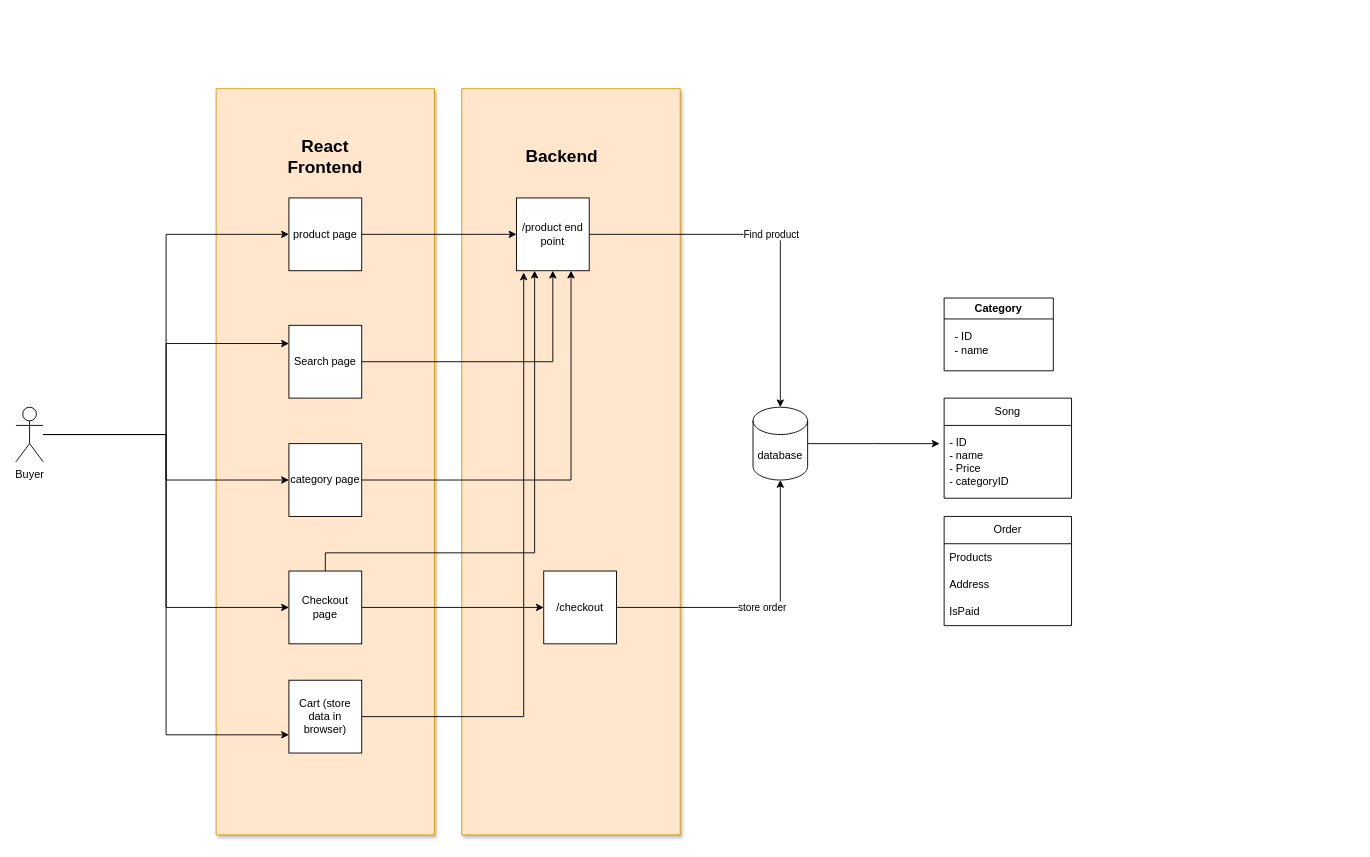
This is levykauppa.drawio from NobuTC/levykauppa, a draw.io file, before an edit. Source tidied: cells renumbered, new cells numbered last; positions are measured from the earlier drawing's top-left corner, leaving out a move shared by most shapes. Both pictures are drawn from the tidied source at 91%, with x=0, y=0 at pixel (15, 88).
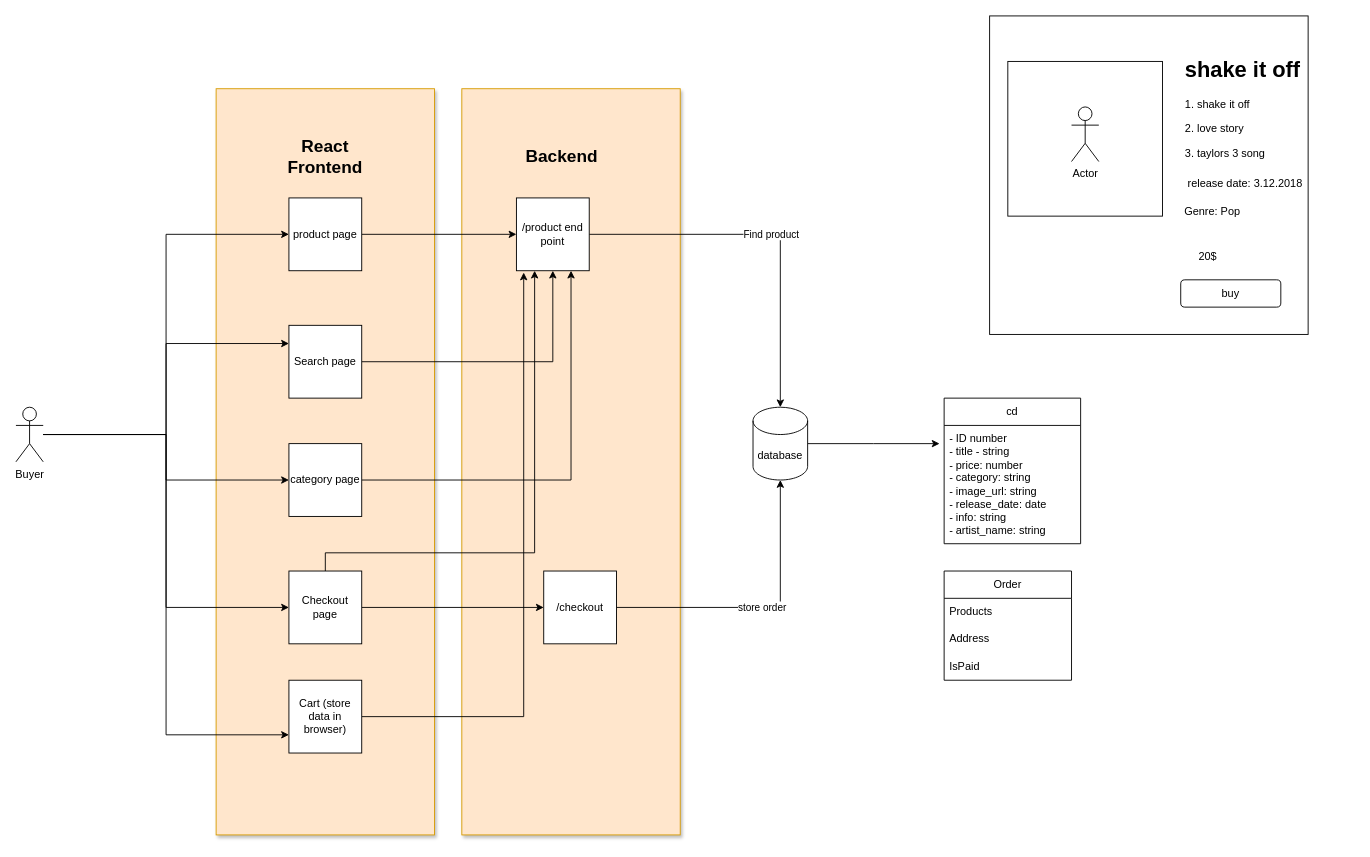
Above is the later version.

Commit message:
add album info

Diff of the diagram source:
```diff
@@
+    <mxCell id="37" style="whiteSpace=wrap;html=1;" parent="1" vertex="1">
+      <mxGeometry x="1070" y="-80" width="350" height="350" as="geometry" />
+    </mxCell>
@@
-    <mxCell id="20" value="Song" style="swimlane;fontStyle=0;horizontal=1;startSize=30;whiteSpace=wrap;html=1;" parent="1" vertex="1">
-      <mxGeometry x="1020" y="340" width="140" height="110" as="geometry" />
+    <mxCell id="20" value="cd" style="swimlane;fontStyle=0;horizontal=1;startSize=30;whiteSpace=wrap;html=1;" parent="1" vertex="1">
+      <mxGeometry x="1020" y="340" width="150" height="160" as="geometry" />
     </mxCell>
-    <mxCell id="21" value="- ID&lt;br&gt;- name&lt;br&gt;- Price&lt;br&gt;- categoryID" style="text;strokeColor=none;fillColor=none;align=left;verticalAlign=middle;spacingLeft=4;spacingRight=4;overflow=hidden;whiteSpace=wrap;html=1;" parent="20" vertex="1">
-      <mxGeometry y="30" width="140" height="80" as="geometry" />
+    <mxCell id="21" value="- ID number&lt;br&gt;- title - string&lt;br&gt;- price: number&lt;br&gt;- category: string&lt;br&gt;- image_url: string&lt;br&gt;- release_date: date&lt;br&gt;- info: string&lt;br&gt;- artist_name: string" style="text;strokeColor=none;fillColor=none;align=left;verticalAlign=middle;spacingLeft=4;spacingRight=4;overflow=hidden;whiteSpace=wrap;html=1;" parent="20" vertex="1">
+      <mxGeometry y="30" width="150" height="130" as="geometry" />
     </mxCell>
-    <mxCell id="22" value="Category" style="swimlane;whiteSpace=wrap;html=1;" parent="1" vertex="1">
-      <mxGeometry x="1020" y="230" width="120" height="80" as="geometry" />
-    </mxCell>
-    <mxCell id="23" value="&lt;div style=&quot;text-align: left;&quot;&gt;&lt;span style=&quot;background-color: initial;&quot;&gt;- ID&lt;/span&gt;&lt;/div&gt;&lt;div style=&quot;text-align: left;&quot;&gt;&lt;span style=&quot;background-color: initial;&quot;&gt;- name&lt;/span&gt;&lt;/div&gt;" style="text;html=1;align=center;verticalAlign=middle;strokeColor=none;fillColor=none;" parent="22" vertex="1">
-      <mxGeometry y="30" width="60" height="40" as="geometry" />
-    </mxCell>
@@
     <mxCell id="27" value="Order" style="swimlane;fontStyle=0;horizontal=1;startSize=30;whiteSpace=wrap;html=1;" parent="1" vertex="1">
-      <mxGeometry x="1020" y="470" width="140" height="120" as="geometry" />
+      <mxGeometry x="1020" y="530" width="140" height="120" as="geometry" />
     </mxCell>
@@
+    <mxCell id="38" style="whiteSpace=wrap;html=1;" parent="1" vertex="1">
+      <mxGeometry x="1090" y="-30" width="170" height="170" as="geometry" />
+    </mxCell>
+    <mxCell id="39" value="&lt;h1&gt;shake it off&lt;/h1&gt;&lt;p&gt;1. shake it off&lt;/p&gt;&lt;p&gt;2. love story&lt;/p&gt;&lt;p&gt;3. taylors 3 song&lt;/p&gt;" style="text;html=1;strokeColor=none;fillColor=none;spacing=5;spacingTop=-20;whiteSpace=wrap;overflow=hidden;rounded=0;" parent="1" vertex="1">
+      <mxGeometry x="1280" y="-40" width="190" height="120" as="geometry" />
+    </mxCell>
+    <mxCell id="40" value="release date: 3.12.2018" style="text;html=1;strokeColor=none;fillColor=none;align=center;verticalAlign=middle;whiteSpace=wrap;rounded=0;" parent="1" vertex="1">
+      <mxGeometry x="1286" y="90" width="130" height="30" as="geometry" />
+    </mxCell>
+    <mxCell id="41" value="Genre: Pop" style="text;html=1;strokeColor=none;fillColor=none;align=center;verticalAlign=middle;whiteSpace=wrap;rounded=0;" parent="1" vertex="1">
+      <mxGeometry x="1270" y="120" width="90" height="30" as="geometry" />
+    </mxCell>
+    <mxCell id="42" style="rounded=1;whiteSpace=wrap;html=1;" parent="1" vertex="1">
+      <mxGeometry x="1280" y="210" width="110" height="30" as="geometry" />
+    </mxCell>
+    <mxCell id="43" value="Actor" style="shape=umlActor;verticalLabelPosition=bottom;verticalAlign=top;html=1;" parent="1" vertex="1">
+      <mxGeometry x="1160" y="20" width="30" height="60" as="geometry" />
+    </mxCell>
+    <mxCell id="44" value="buy" style="text;html=1;strokeColor=none;fillColor=none;align=center;verticalAlign=middle;whiteSpace=wrap;rounded=0;" parent="1" vertex="1">
+      <mxGeometry x="1305" y="210" width="60" height="30" as="geometry" />
+    </mxCell>
+    <mxCell id="45" value="20$" style="text;html=1;strokeColor=none;fillColor=none;align=center;verticalAlign=middle;whiteSpace=wrap;rounded=0;" parent="1" vertex="1">
+      <mxGeometry x="1280" y="170" width="60" height="30" as="geometry" />
+    </mxCell>
```
